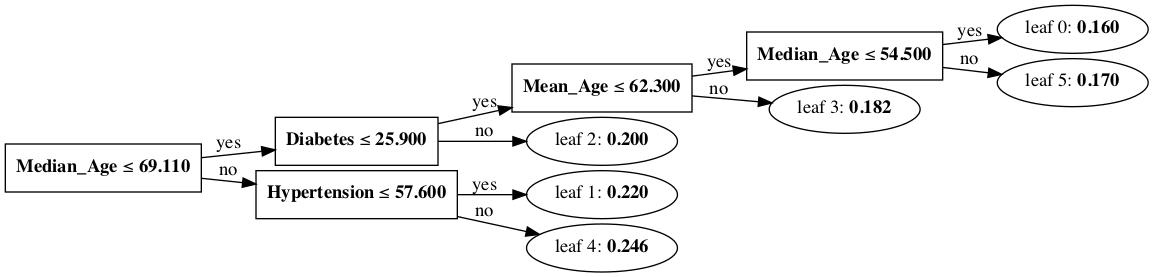
The Graphviz diagram Tree.gv.png in Natsuki0928/senior_project, before a commit. Its source is kept beside it as Tree.gv.
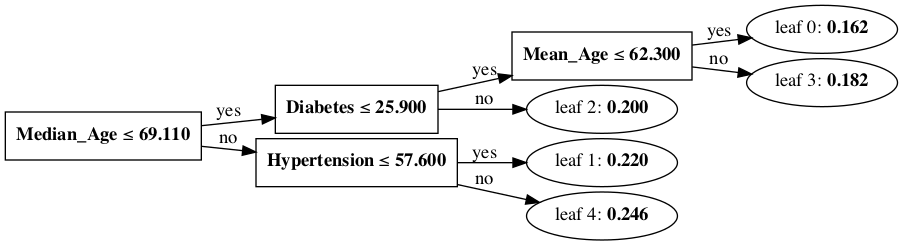
The same diagram one commit later.

The edit, as a diff of the source:
```diff
@@ -3,12 +3,8 @@
 	split0 [label=<<B>Median_Age</B> &#8804; <B>69.110</B>> fillcolor=white shape=rectangle style=""]
 	split1 [label=<<B>Diabetes</B> &#8804; <B>25.900</B>> fillcolor=white shape=rectangle style=""]
 	split2 [label=<<B>Mean_Age</B> &#8804; <B>62.300</B>> fillcolor=white shape=rectangle style=""]
-	split4 [label=<<B>Median_Age</B> &#8804; <B>54.500</B>> fillcolor=white shape=rectangle style=""]
-	leaf0 [label=<leaf 0: <B>0.160</B>>]
-	split4 -> leaf0 [label=yes]
-	leaf5 [label=<leaf 5: <B>0.170</B>>]
-	split4 -> leaf5 [label=no]
-	split2 -> split4 [label=yes]
+	leaf0 [label=<leaf 0: <B>0.162</B>>]
+	split2 -> leaf0 [label=yes]
 	leaf3 [label=<leaf 3: <B>0.182</B>>]
 	split2 -> leaf3 [label=no]
 	split1 -> split2 [label=yes]
```
